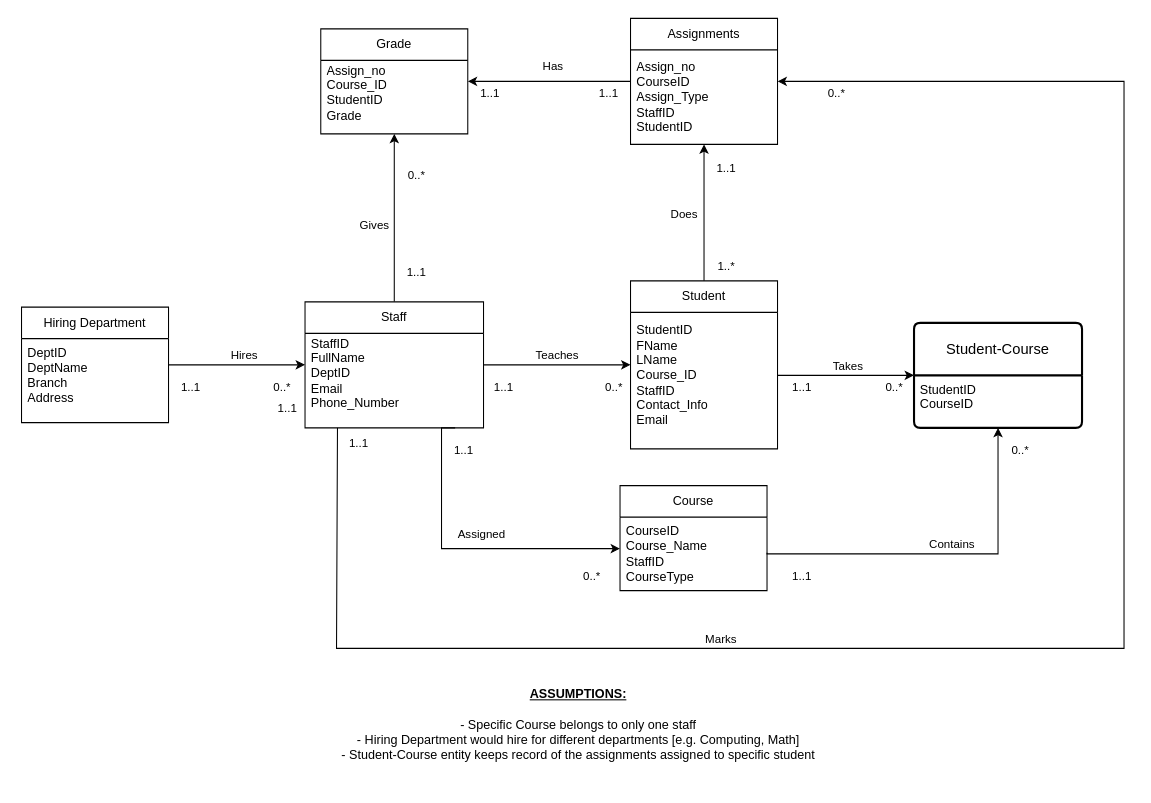
Earlier version of the draw.io diagram EduConnect.drawio (CaptainCaswell/CIS270-GroupProject). Source tidied: cells renumbered, new cells numbered last; positions are measured from the earlier drawing's top-left corner, leaving out a move shared by most shapes. Both pictures are drawn from the tidied source at 105%, with x=0, y=0 at pixel (21, 18).
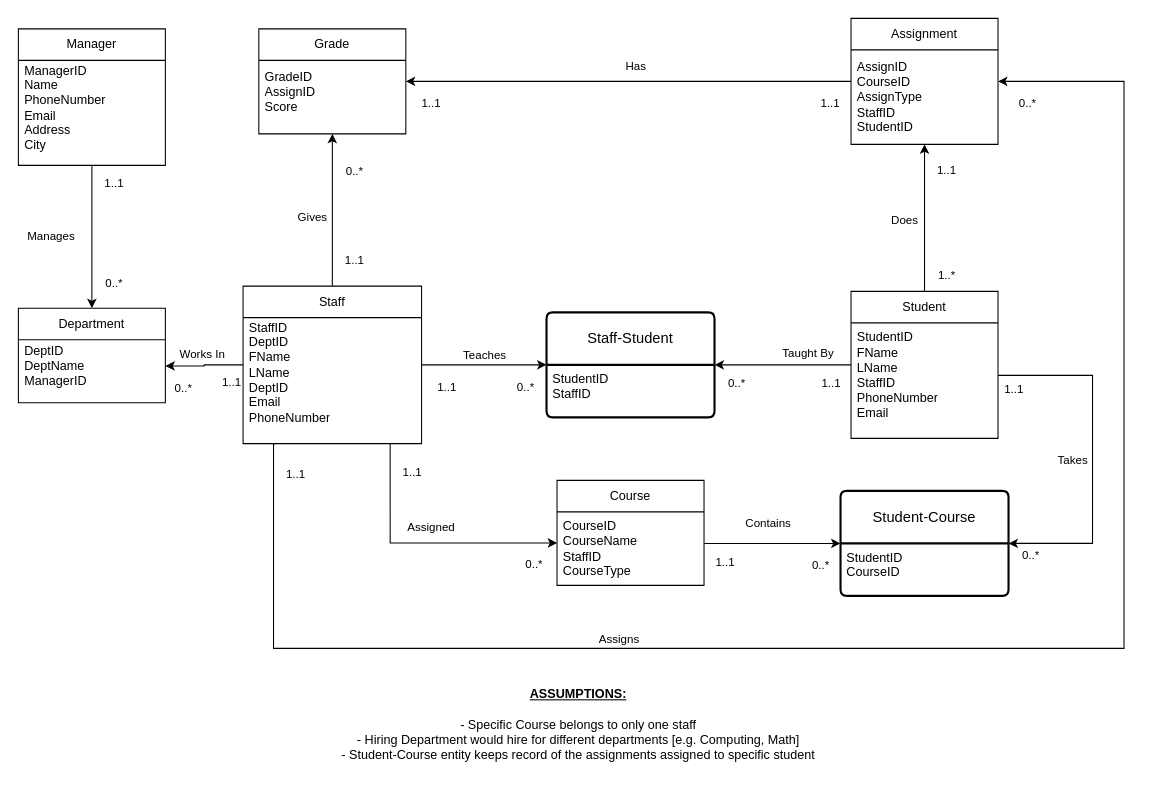
After the change.

Unchanged cells that the change refers to:
```xml
<mxCell id="9" style="edgeStyle=orthogonalEdgeStyle;rounded=0;jettySize=auto;html=1;entryX=1;entryY=0.5;entryDx=0;entryDy=0;" parent="1" edge="1" source="13" target="6">
  <mxGeometry relative="1" as="geometry" />
</mxCell>
<mxCell id="51" value="StudentID&lt;div&gt;&lt;div&gt;CourseID&lt;/div&gt;&lt;/div&gt;" style="align=left;strokeColor=none;fillColor=none;spacingLeft=4;spacingRight=4;fontSize=12;verticalAlign=top;html=1;whiteSpace=wrap;" parent="50" vertex="1">
  <mxGeometry y="50" width="160" height="50" as="geometry" />
</mxCell>
```

Diff of the diagram source:
```diff
@@
     <mxCell id="6" value="Grade" style="swimlane;fontStyle=0;horizontal=1;startSize=30;whiteSpace=wrap;html=1;" parent="1" vertex="1">
-      <mxGeometry x="285" y="10" width="140" height="100" as="geometry" />
+      <mxGeometry x="226" y="10" width="140" height="100" as="geometry" />
     </mxCell>
-    <mxCell id="7" value="Assign_no&lt;div&gt;Course_ID&lt;/div&gt;&lt;div&gt;StudentID&lt;/div&gt;&lt;div&gt;Grade&lt;/div&gt;" style="text;strokeColor=none;fillColor=none;align=left;verticalAlign=middle;spacingLeft=4;spacingRight=4;overflow=hidden;whiteSpace=wrap;html=1;" parent="6" vertex="1">
+    <mxCell id="7" value="GradeID&lt;div&gt;AssignID&lt;/div&gt;&lt;div&gt;Score&lt;/div&gt;" style="text;strokeColor=none;fillColor=none;align=left;verticalAlign=middle;spacingLeft=4;spacingRight=4;overflow=hidden;whiteSpace=wrap;html=1;" parent="6" vertex="1">
       <mxGeometry y="30" width="140" height="60" as="geometry" />
     </mxCell>
@@
     <mxCell id="11" value="1..1" style="edgeLabel;html=1;align=center;verticalAlign=middle;" parent="9" vertex="1">
       <mxGeometry x="-0.72" y="3" relative="1" as="geometry">
-        <mxPoint y="7" as="offset" />
+        <mxPoint x="38" y="17" as="offset" />
       </mxGeometry>
     </mxCell>
     <mxCell id="12" value="1..1" style="edgeLabel;html=1;align=center;verticalAlign=middle;" parent="9" vertex="1">
       <mxGeometry x="0.74" y="1" relative="1" as="geometry">
-        <mxPoint y="9" as="offset" />
+        <mxPoint x="-32" y="19" as="offset" />
       </mxGeometry>
     </mxCell>
-    <mxCell id="13" value="Assignments" style="swimlane;fontStyle=0;horizontal=1;startSize=30;whiteSpace=wrap;html=1;" parent="1" vertex="1">
-      <mxGeometry x="580" width="140" height="120" as="geometry" />
+    <mxCell id="13" value="Assignment" style="swimlane;fontStyle=0;horizontal=1;startSize=30;whiteSpace=wrap;html=1;" parent="1" vertex="1">
+      <mxGeometry x="790" width="140" height="120" as="geometry" />
     </mxCell>
-    <mxCell id="14" value="Assign_no&lt;div&gt;CourseID&lt;/div&gt;&lt;div&gt;Assign_Type&lt;/div&gt;&lt;div&gt;StaffID&lt;/div&gt;&lt;div&gt;StudentID&lt;/div&gt;" style="text;strokeColor=none;fillColor=none;align=left;verticalAlign=middle;spacingLeft=4;spacingRight=4;overflow=hidden;whiteSpace=wrap;html=1;" parent="13" vertex="1">
+    <mxCell id="14" value="AssignID&lt;div&gt;CourseID&lt;/div&gt;&lt;div&gt;AssignType&lt;/div&gt;&lt;div&gt;StaffID&lt;/div&gt;&lt;div&gt;StudentID&lt;/div&gt;" style="text;strokeColor=none;fillColor=none;align=left;verticalAlign=middle;spacingLeft=4;spacingRight=4;overflow=hidden;whiteSpace=wrap;html=1;" parent="13" vertex="1">
       <mxGeometry y="30" width="140" height="90" as="geometry" />
     </mxCell>
@@
+    <mxCell id="62" style="edgeStyle=orthogonalEdgeStyle;rounded=0;jettySize=auto;html=1;entryX=1;entryY=0;entryDx=0;entryDy=0;" parent="1" edge="1" source="16" target="76">
+      <mxGeometry relative="1" as="geometry">
+        <Array as="points">
+          <mxPoint x="740" y="330" />
+          <mxPoint x="740" y="330" />
+        </Array>
+      </mxGeometry>
+    </mxCell>
+    <mxCell id="63" value="Taught By" style="edgeLabel;html=1;align=center;verticalAlign=middle;" parent="62" vertex="1">
+      <mxGeometry x="-0.08" y="1" relative="1" as="geometry">
+        <mxPoint x="18" y="-13" as="offset" />
+      </mxGeometry>
+    </mxCell>
+    <mxCell id="64" value="0..*" style="edgeLabel;html=1;align=center;verticalAlign=middle;" parent="62" vertex="1">
+      <mxGeometry x="-0.11" y="-1" relative="1" as="geometry">
+        <mxPoint x="-52" y="18" as="offset" />
+      </mxGeometry>
+    </mxCell>
+    <mxCell id="65" value="1..1" style="edgeLabel;html=1;align=center;verticalAlign=middle;" parent="62" vertex="1">
+      <mxGeometry x="-0.25" relative="1" as="geometry">
+        <mxPoint x="29" y="17" as="offset" />
+      </mxGeometry>
+    </mxCell>
     <mxCell id="16" value="Student" style="swimlane;fontStyle=0;horizontal=1;startSize=30;whiteSpace=wrap;html=1;" parent="1" vertex="1">
-      <mxGeometry x="580" y="250" width="140" height="160" as="geometry" />
+      <mxGeometry x="790" y="260" width="140" height="140" as="geometry" />
     </mxCell>
-    <mxCell id="17" value="StudentID&lt;div&gt;&lt;div&gt;FName&lt;/div&gt;&lt;div&gt;LName&lt;/div&gt;&lt;div&gt;Course_ID&lt;/div&gt;&lt;div&gt;StaffID&lt;/div&gt;&lt;div&gt;Contact_Info&lt;/div&gt;&lt;div&gt;Email&lt;/div&gt;&lt;/div&gt;" style="text;strokeColor=none;fillColor=none;align=left;verticalAlign=middle;spacingLeft=4;spacingRight=4;overflow=hidden;points=[[0,0.5],[1,0.5]];portConstraint=eastwest;whiteSpace=wrap;html=1;" parent="16" vertex="1">
-      <mxGeometry y="30" width="140" height="120" as="geometry" />
+    <mxCell id="17" value="StudentID&lt;div&gt;&lt;div&gt;FName&lt;/div&gt;&lt;div&gt;LName&lt;/div&gt;&lt;div&gt;StaffID&lt;/div&gt;&lt;div&gt;PhoneNumber&lt;/div&gt;&lt;div&gt;Email&lt;/div&gt;&lt;/div&gt;" style="text;strokeColor=none;fillColor=none;align=left;verticalAlign=middle;spacingLeft=4;spacingRight=4;overflow=hidden;points=[[0,0.5],[1,0.5]];portConstraint=eastwest;whiteSpace=wrap;html=1;" parent="16" vertex="1">
+      <mxGeometry y="30" width="140" height="100" as="geometry" />
     </mxCell>
     <mxCell id="18" style="text;strokeColor=none;fillColor=none;align=left;verticalAlign=middle;spacingLeft=4;spacingRight=4;overflow=hidden;whiteSpace=wrap;html=1;" parent="16" vertex="1">
-      <mxGeometry y="150" width="140" height="10" as="geometry" />
+      <mxGeometry y="130" width="140" height="10" as="geometry" />
     </mxCell>
     <mxCell id="19" style="text;strokeColor=none;fillColor=none;align=left;verticalAlign=middle;spacingLeft=4;spacingRight=4;overflow=hidden;whiteSpace=wrap;html=1;" parent="16" vertex="1">
-      <mxGeometry y="160" width="140" as="geometry" />
+      <mxGeometry y="140" width="140" as="geometry" />
     </mxCell>
@@
-    <mxCell id="21" style="edgeStyle=orthogonalEdgeStyle;rounded=0;jettySize=auto;html=1;entryX=0;entryY=0.5;entryDx=0;entryDy=0;" parent="1" edge="1" source="25" target="37">
+    <mxCell id="21" style="edgeStyle=orthogonalEdgeStyle;rounded=0;jettySize=auto;html=1;entryX=1;entryY=0.5;entryDx=0;entryDy=0;exitX=0;exitY=0.5;exitDx=0;exitDy=0;" parent="1" edge="1" source="37" target="72">
       <mxGeometry relative="1" as="geometry" />
     </mxCell>
-    <mxCell id="22" value="Hires" style="edgeLabel;html=1;align=center;verticalAlign=middle;" parent="21" vertex="1">
+    <mxCell id="22" value="Works In" style="edgeLabel;html=1;align=center;verticalAlign=middle;" parent="21" vertex="1">
       <mxGeometry x="0.09" y="-1" relative="1" as="geometry">
         <mxPoint y="-11" as="offset" />
       </mxGeometry>
     </mxCell>
@@
     <mxCell id="24" value="0..*" style="edgeLabel;html=1;align=center;verticalAlign=middle;" parent="21" vertex="1">
       <mxGeometry x="0.76" y="2" relative="1" as="geometry">
-        <mxPoint x="-7" y="22" as="offset" />
+        <mxPoint x="7" y="18" as="offset" />
       </mxGeometry>
     </mxCell>
+    <mxCell id="66" style="edgeStyle=orthogonalEdgeStyle;rounded=0;jettySize=auto;html=1;entryX=0.5;entryY=0;entryDx=0;entryDy=0;" parent="1" edge="1" source="25" target="71">
+      <mxGeometry relative="1" as="geometry" />
+    </mxCell>
+    <mxCell id="67" value="Manages" style="edgeLabel;html=1;align=center;verticalAlign=middle;" parent="66" vertex="1">
+      <mxGeometry x="-0.01" relative="1" as="geometry">
+        <mxPoint x="-40" as="offset" />
+      </mxGeometry>
+    </mxCell>
+    <mxCell id="68" value="0..*" style="edgeLabel;html=1;align=center;verticalAlign=middle;" parent="66" vertex="1">
+      <mxGeometry x="0.63" relative="1" as="geometry">
+        <mxPoint x="20" as="offset" />
+      </mxGeometry>
+    </mxCell>
+    <mxCell id="69" value="1..1" style="edgeLabel;html=1;align=center;verticalAlign=middle;" parent="66" vertex="1">
+      <mxGeometry x="-0.76" relative="1" as="geometry">
+        <mxPoint x="20" as="offset" />
+      </mxGeometry>
+    </mxCell>
-    <mxCell id="25" value="Hiring Department" style="swimlane;fontStyle=0;horizontal=1;startSize=30;whiteSpace=wrap;html=1;" parent="1" vertex="1">
-      <mxGeometry y="275" width="140" height="110" as="geometry" />
+    <mxCell id="25" value="Manager" style="swimlane;fontStyle=0;horizontal=1;startSize=30;whiteSpace=wrap;html=1;" parent="1" vertex="1">
+      <mxGeometry x="-3" y="10" width="140" height="130" as="geometry" />
     </mxCell>
-    <mxCell id="26" value="DeptID&lt;div&gt;DeptName&lt;/div&gt;&lt;div&gt;Branch&lt;/div&gt;&lt;div&gt;Address&lt;/div&gt;" style="text;strokeColor=none;fillColor=none;align=left;verticalAlign=middle;spacingLeft=4;spacingRight=4;overflow=hidden;whiteSpace=wrap;html=1;" parent="25" vertex="1">
-      <mxGeometry y="30" width="140" height="70" as="geometry" />
+    <mxCell id="26" value="ManagerID&lt;div&gt;Name&lt;/div&gt;&lt;div&gt;PhoneNumber&lt;/div&gt;&lt;div&gt;Email&lt;/div&gt;&lt;div&gt;Address&lt;/div&gt;&lt;div&gt;City&lt;/div&gt;" style="text;strokeColor=none;fillColor=none;align=left;verticalAlign=middle;spacingLeft=4;spacingRight=4;overflow=hidden;whiteSpace=wrap;html=1;" parent="25" vertex="1">
+      <mxGeometry y="30" width="140" height="90" as="geometry" />
     </mxCell>
     <mxCell id="27" style="text;strokeColor=none;fillColor=none;align=left;verticalAlign=middle;spacingLeft=4;spacingRight=4;overflow=hidden;whiteSpace=wrap;html=1;" parent="25" vertex="1">
-      <mxGeometry y="100" width="140" height="10" as="geometry" />
+      <mxGeometry y="120" width="140" height="10" as="geometry" />
     </mxCell>
     <mxCell id="28" style="text;strokeColor=none;fillColor=none;align=left;verticalAlign=middle;spacingLeft=4;spacingRight=4;overflow=hidden;whiteSpace=wrap;html=1;" parent="25" vertex="1">
-      <mxGeometry y="110" width="140" as="geometry" />
+      <mxGeometry y="130" width="140" as="geometry" />
     </mxCell>
-    <mxCell id="29" style="edgeStyle=orthogonalEdgeStyle;rounded=0;jettySize=auto;html=1;entryX=0;entryY=0.5;entryDx=0;entryDy=0;" parent="1" edge="1" source="37" target="16">
+    <mxCell id="29" style="edgeStyle=orthogonalEdgeStyle;rounded=0;jettySize=auto;html=1;entryX=0;entryY=0.5;entryDx=0;entryDy=0;" parent="1" edge="1" source="37" target="75">
       <mxGeometry relative="1" as="geometry" />
     </mxCell>
@@
     <mxCell id="31" value="1..1" style="edgeLabel;html=1;align=center;verticalAlign=middle;" parent="29" vertex="1">
       <mxGeometry x="-0.72" y="-3" relative="1" as="geometry">
-        <mxPoint x="-2" y="17" as="offset" />
+        <mxPoint x="6" y="17" as="offset" />
       </mxGeometry>
     </mxCell>
     <mxCell id="32" value="0..*" style="edgeLabel;html=1;align=center;verticalAlign=middle;" parent="29" vertex="1">
       <mxGeometry x="0.78" y="-1" relative="1" as="geometry">
-        <mxPoint x="-2" y="19" as="offset" />
+        <mxPoint x="-8" y="19" as="offset" />
       </mxGeometry>
     </mxCell>
     <mxCell id="33" style="edgeStyle=orthogonalEdgeStyle;rounded=0;jettySize=auto;html=1;entryX=1;entryY=0.5;entryDx=0;entryDy=0;exitX=0.182;exitY=1;exitDx=0;exitDy=0;exitPerimeter=0;" parent="1" edge="1" source="39" target="13">
       <mxGeometry relative="1" as="geometry">
         <Array as="points">
-          <mxPoint x="301" y="391" />
-          <mxPoint x="300" y="600" />
+          <mxPoint x="240" y="405" />
+          <mxPoint x="240" y="600" />
           <mxPoint x="1050" y="600" />
           <mxPoint x="1050" y="60" />
         </Array>
       </mxGeometry>
     </mxCell>
-    <mxCell id="34" value="Marks" style="edgeLabel;html=1;align=center;verticalAlign=middle;" parent="33" vertex="1">
+    <mxCell id="34" value="Assigns" style="edgeLabel;html=1;align=center;verticalAlign=middle;" parent="33" vertex="1">
       <mxGeometry x="-0.37" y="-1" relative="1" as="geometry">
         <mxPoint y="-11" as="offset" />
       </mxGeometry>
     </mxCell>
     <mxCell id="35" value="0..*" style="edgeLabel;html=1;align=center;verticalAlign=middle;" parent="33" vertex="1">
       <mxGeometry x="0.94" y="2" relative="1" as="geometry">
-        <mxPoint y="8" as="offset" />
+        <mxPoint x="-22" y="18" as="offset" />
       </mxGeometry>
     </mxCell>
     <mxCell id="36" value="1..1" style="edgeLabel;html=1;align=center;verticalAlign=middle;" parent="33" vertex="1">
       <mxGeometry x="-0.94" y="1" relative="1" as="geometry">
-        <mxPoint x="19" y="-41" as="offset" />
+        <mxPoint x="19" y="-20" as="offset" />
       </mxGeometry>
     </mxCell>
     <mxCell id="37" value="Staff" style="swimlane;fontStyle=0;horizontal=1;startSize=30;whiteSpace=wrap;html=1;" parent="1" vertex="1">
-      <mxGeometry x="270" y="270" width="170" height="120" as="geometry" />
+      <mxGeometry x="211" y="255" width="170" height="150" as="geometry" />
     </mxCell>
-    <mxCell id="38" value="StaffID&lt;div&gt;FullName&lt;/div&gt;&lt;div&gt;&lt;span style=&quot;background-color: transparent; color: light-dark(rgb(0, 0, 0), rgb(255, 255, 255));&quot;&gt;DeptID&lt;/span&gt;&lt;/div&gt;&lt;div&gt;&lt;span style=&quot;background-color: transparent; color: light-dark(rgb(0, 0, 0), rgb(255, 255, 255));&quot;&gt;Email&lt;/span&gt;&lt;/div&gt;&lt;div&gt;Phone_Number&lt;/div&gt;&lt;div&gt;&lt;br&gt;&lt;/div&gt;" style="text;strokeColor=none;fillColor=none;align=left;verticalAlign=middle;spacingLeft=4;spacingRight=4;overflow=hidden;whiteSpace=wrap;html=1;" parent="37" vertex="1">
-      <mxGeometry y="30" width="170" height="80" as="geometry" />
+    <mxCell id="38" value="StaffID&lt;div&gt;DeptID&lt;br&gt;&lt;div&gt;FName&lt;/div&gt;&lt;div&gt;LName&lt;/div&gt;&lt;div&gt;&lt;span style=&quot;background-color: transparent; color: light-dark(rgb(0, 0, 0), rgb(255, 255, 255));&quot;&gt;DeptID&lt;/span&gt;&lt;/div&gt;&lt;div&gt;&lt;span style=&quot;background-color: transparent; color: light-dark(rgb(0, 0, 0), rgb(255, 255, 255));&quot;&gt;Email&lt;/span&gt;&lt;/div&gt;&lt;div&gt;PhoneNumber&lt;/div&gt;&lt;div&gt;&lt;br&gt;&lt;/div&gt;&lt;/div&gt;" style="text;strokeColor=none;fillColor=none;align=left;verticalAlign=middle;spacingLeft=4;spacingRight=4;overflow=hidden;whiteSpace=wrap;html=1;" parent="37" vertex="1">
+      <mxGeometry y="30" width="170" height="110" as="geometry" />
     </mxCell>
     <mxCell id="39" style="text;strokeColor=none;fillColor=none;align=left;verticalAlign=middle;spacingLeft=4;spacingRight=4;overflow=hidden;points=[[0,0.5],[1,0.5]];portConstraint=eastwest;whiteSpace=wrap;html=1;" parent="37" vertex="1">
-      <mxGeometry y="110" width="170" height="10" as="geometry" />
+      <mxGeometry y="140" width="170" height="10" as="geometry" />
     </mxCell>
@@
-    <mxCell id="44" style="edgeStyle=orthogonalEdgeStyle;rounded=0;jettySize=auto;html=1;exitX=0.841;exitY=1;exitDx=0;exitDy=0;exitPerimeter=0;entryX=0;entryY=0;entryDx=0;entryDy=0;entryPerimeter=0;" parent="1" edge="1" source="39">
+    <mxCell id="44" style="edgeStyle=orthogonalEdgeStyle;rounded=0;jettySize=auto;html=1;entryX=0.001;entryY=0.423;entryDx=0;entryDy=0;entryPerimeter=0;exitX=0.824;exitY=1.033;exitDx=0;exitDy=0;exitPerimeter=0;" parent="1" edge="1" source="39" target="60">
       <mxGeometry relative="1" as="geometry">
-        <mxPoint x="570" y="505" as="targetPoint" />
         <Array as="points">
-          <mxPoint x="400" y="390" />
-          <mxPoint x="400" y="505" />
+          <mxPoint x="351" y="500" />
         </Array>
       </mxGeometry>
     </mxCell>
@@
     <mxCell id="47" value="0..*" style="edgeLabel;html=1;align=center;verticalAlign=middle;" parent="44" vertex="1">
       <mxGeometry x="0.81" relative="1" as="geometry">
-        <mxPoint y="25" as="offset" />
+        <mxPoint x="2" y="20" as="offset" />
       </mxGeometry>
     </mxCell>
-    <mxCell id="48" value="1..1" style="edgeLabel;html=1;align=center;verticalAlign=middle;rotation=0;" parent="1" vertex="1">
-      <mxGeometry x="760" y="530" as="geometry">
-        <mxPoint x="-18" as="offset" />
-      </mxGeometry>
-    </mxCell>
-    <mxCell id="49" value="1..1" style="edgeLabel;html=1;align=center;verticalAlign=middle;" parent="1" vertex="1">
-      <mxGeometry x="270" y="370" as="geometry">
-        <mxPoint x="-18" as="offset" />
-      </mxGeometry>
-    </mxCell>
     <mxCell id="50" value="Student-Course" style="swimlane;horizontal=1;startSize=50;rounded=1;fontSize=14;fontStyle=0;strokeWidth=2;shadow=0;dashed=0;align=center;arcSize=4;whiteSpace=wrap;html=1;" parent="1" vertex="1">
-      <mxGeometry x="850" y="290" width="160" height="100" as="geometry" />
+      <mxGeometry x="780" y="450" width="160" height="100" as="geometry" />
     </mxCell>
@@
-    <mxCell id="52" style="edgeStyle=orthogonalEdgeStyle;rounded=0;jettySize=auto;html=1;entryX=0;entryY=0.5;entryDx=0;entryDy=0;" parent="1" edge="1" source="17" target="50">
-      <mxGeometry relative="1" as="geometry" />
+    <mxCell id="52" style="edgeStyle=orthogonalEdgeStyle;rounded=0;jettySize=auto;html=1;entryX=1;entryY=0;entryDx=0;entryDy=0;" parent="1" edge="1" source="17" target="51">
+      <mxGeometry relative="1" as="geometry">
+        <Array as="points">
+          <mxPoint x="1020" y="340" />
+          <mxPoint x="1020" y="500" />
+        </Array>
+      </mxGeometry>
     </mxCell>
     <mxCell id="53" value="Takes" style="edgeLabel;html=1;align=center;verticalAlign=middle;" parent="52" vertex="1">
       <mxGeometry x="0.01" y="-2" relative="1" as="geometry">
-        <mxPoint y="-12" as="offset" />
+        <mxPoint x="-18" y="3" as="offset" />
       </mxGeometry>
     </mxCell>
     <mxCell id="54" value="0..*" style="edgeLabel;html=1;align=center;verticalAlign=middle;" parent="52" vertex="1">
       <mxGeometry x="0.69" y="-1" relative="1" as="geometry">
-        <mxPoint y="9" as="offset" />
+        <mxPoint x="-31" y="11" as="offset" />
       </mxGeometry>
     </mxCell>
     <mxCell id="55" value="1..1" style="edgeLabel;html=1;align=center;verticalAlign=middle;rotation=0;" parent="1" vertex="1">
-      <mxGeometry x="760" y="350" as="geometry">
+      <mxGeometry x="962" y="352" as="geometry">
         <mxPoint x="-18" as="offset" />
       </mxGeometry>
     </mxCell>
-    <mxCell id="56" style="edgeStyle=orthogonalEdgeStyle;rounded=0;jettySize=auto;html=1;entryX=0.5;entryY=1;entryDx=0;entryDy=0;exitX=1;exitY=0.133;exitDx=0;exitDy=0;exitPerimeter=0;" parent="1" edge="1" target="51">
+    <mxCell id="56" style="edgeStyle=orthogonalEdgeStyle;rounded=0;jettySize=auto;html=1;entryX=0;entryY=0;entryDx=0;entryDy=0;exitX=1.002;exitY=0.431;exitDx=0;exitDy=0;exitPerimeter=0;" parent="1" edge="1" source="60" target="51">
       <mxGeometry relative="1" as="geometry">
-        <mxPoint x="710" y="509" as="sourcePoint" />
         <Array as="points">
-          <mxPoint x="710" y="510" />
-          <mxPoint x="930" y="510" />
+          <mxPoint x="740" y="500" />
+          <mxPoint x="740" y="500" />
         </Array>
       </mxGeometry>
     </mxCell>
     <mxCell id="57" value="Contains" style="edgeLabel;html=1;align=center;verticalAlign=middle;" parent="56" vertex="1">
       <mxGeometry x="0.03" y="4" relative="1" as="geometry">
-        <mxPoint y="-6" as="offset" />
+        <mxPoint x="-7" y="-16" as="offset" />
       </mxGeometry>
     </mxCell>
     <mxCell id="58" value="0..*" style="edgeLabel;html=1;align=center;verticalAlign=middle;" parent="56" vertex="1">
       <mxGeometry x="0.87" y="-1" relative="1" as="geometry">
-        <mxPoint x="19" y="-2" as="offset" />
+        <mxPoint x="-11" y="19" as="offset" />
       </mxGeometry>
     </mxCell>
+    <mxCell id="70" value="1..1" style="edgeLabel;html=1;align=center;verticalAlign=middle;" parent="56" vertex="1">
+      <mxGeometry x="-0.85" y="2" relative="1" as="geometry">
+        <mxPoint x="9" y="19" as="offset" />
+      </mxGeometry>
+    </mxCell>
     <mxCell id="59" value="Course" style="swimlane;fontStyle=0;horizontal=1;startSize=30;whiteSpace=wrap;html=1;" parent="1" vertex="1">
-      <mxGeometry x="570" y="445" width="140" height="100" as="geometry" />
+      <mxGeometry x="510" y="440" width="140" height="100" as="geometry" />
     </mxCell>
-    <mxCell id="60" value="CourseID&lt;div&gt;Course_Name&lt;/div&gt;&lt;div&gt;StaffID&lt;/div&gt;&lt;div&gt;CourseType&lt;/div&gt;" style="text;strokeColor=none;fillColor=none;align=left;verticalAlign=middle;spacingLeft=4;spacingRight=4;overflow=hidden;points=[[0,0.5],[1,0.5]];portConstraint=eastwest;whiteSpace=wrap;html=1;" parent="59" vertex="1">
+    <mxCell id="60" value="CourseID&lt;div&gt;CourseName&lt;/div&gt;&lt;div&gt;StaffID&lt;/div&gt;&lt;div&gt;CourseType&lt;/div&gt;" style="text;strokeColor=none;fillColor=none;align=left;verticalAlign=middle;spacingLeft=4;spacingRight=4;overflow=hidden;points=[[0,0.5],[1,0.5]];portConstraint=eastwest;whiteSpace=wrap;html=1;" parent="59" vertex="1">
       <mxGeometry y="30" width="140" height="70" as="geometry" />
     </mxCell>
@@
+    <mxCell id="71" value="Department" style="swimlane;fontStyle=0;horizontal=1;startSize=30;whiteSpace=wrap;html=1;" parent="1" vertex="1">
+      <mxGeometry x="-3" y="276" width="140" height="90" as="geometry" />
+    </mxCell>
+    <mxCell id="72" value="DeptID&lt;div&gt;DeptName&lt;/div&gt;&lt;div&gt;ManagerID&lt;/div&gt;" style="text;strokeColor=none;fillColor=none;align=left;verticalAlign=middle;spacingLeft=4;spacingRight=4;overflow=hidden;points=[[0,0.5],[1,0.5]];portConstraint=eastwest;whiteSpace=wrap;html=1;" parent="71" vertex="1">
+      <mxGeometry y="30" width="140" height="50" as="geometry" />
+    </mxCell>
+    <mxCell id="73" style="text;strokeColor=none;fillColor=none;align=left;verticalAlign=middle;spacingLeft=4;spacingRight=4;overflow=hidden;whiteSpace=wrap;html=1;" parent="71" vertex="1">
+      <mxGeometry y="80" width="140" height="10" as="geometry" />
+    </mxCell>
+    <mxCell id="74" style="text;strokeColor=none;fillColor=none;align=left;verticalAlign=middle;spacingLeft=4;spacingRight=4;overflow=hidden;whiteSpace=wrap;html=1;" parent="71" vertex="1">
+      <mxGeometry y="90" width="140" as="geometry" />
+    </mxCell>
+    <mxCell id="75" value="Staff-Student" style="swimlane;horizontal=1;startSize=50;rounded=1;fontSize=14;fontStyle=0;strokeWidth=2;shadow=0;dashed=0;align=center;arcSize=4;whiteSpace=wrap;html=1;" parent="1" vertex="1">
+      <mxGeometry x="500" y="280" width="160" height="100" as="geometry" />
+    </mxCell>
+    <mxCell id="76" value="StudentID&lt;div&gt;&lt;div&gt;StaffID&lt;/div&gt;&lt;/div&gt;" style="align=left;strokeColor=none;fillColor=none;spacingLeft=4;spacingRight=4;fontSize=12;verticalAlign=top;html=1;whiteSpace=wrap;" parent="75" vertex="1">
+      <mxGeometry y="50" width="160" height="50" as="geometry" />
+    </mxCell>
```
